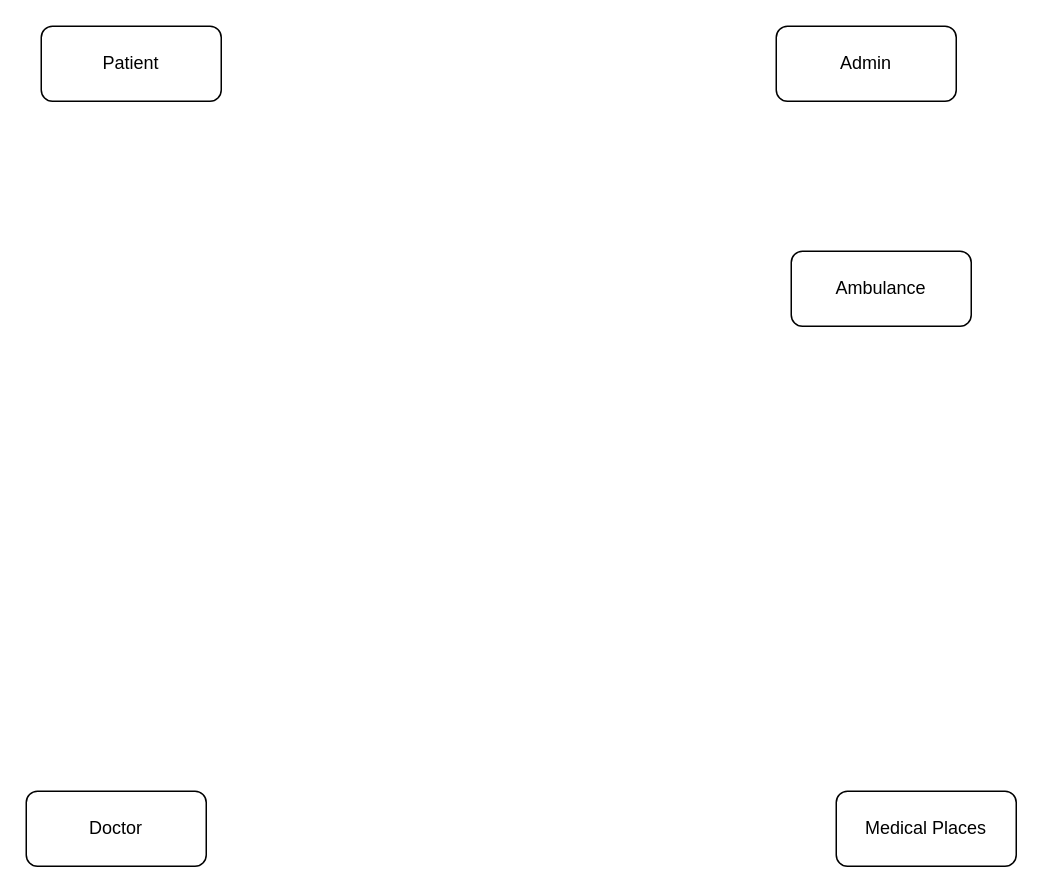
The draw.io diagram ERD.drawio in abdelrahmanbonna/Healthy_Shield_Analysis, before the edit. Source tidied: cells renumbered, new cells numbered last; positions are measured from the earlier drawing's top-left corner, leaving out a move shared by most shapes. Both pictures are drawn from the tidied source at 150%, with x=0, y=0 at pixel (26, 26).
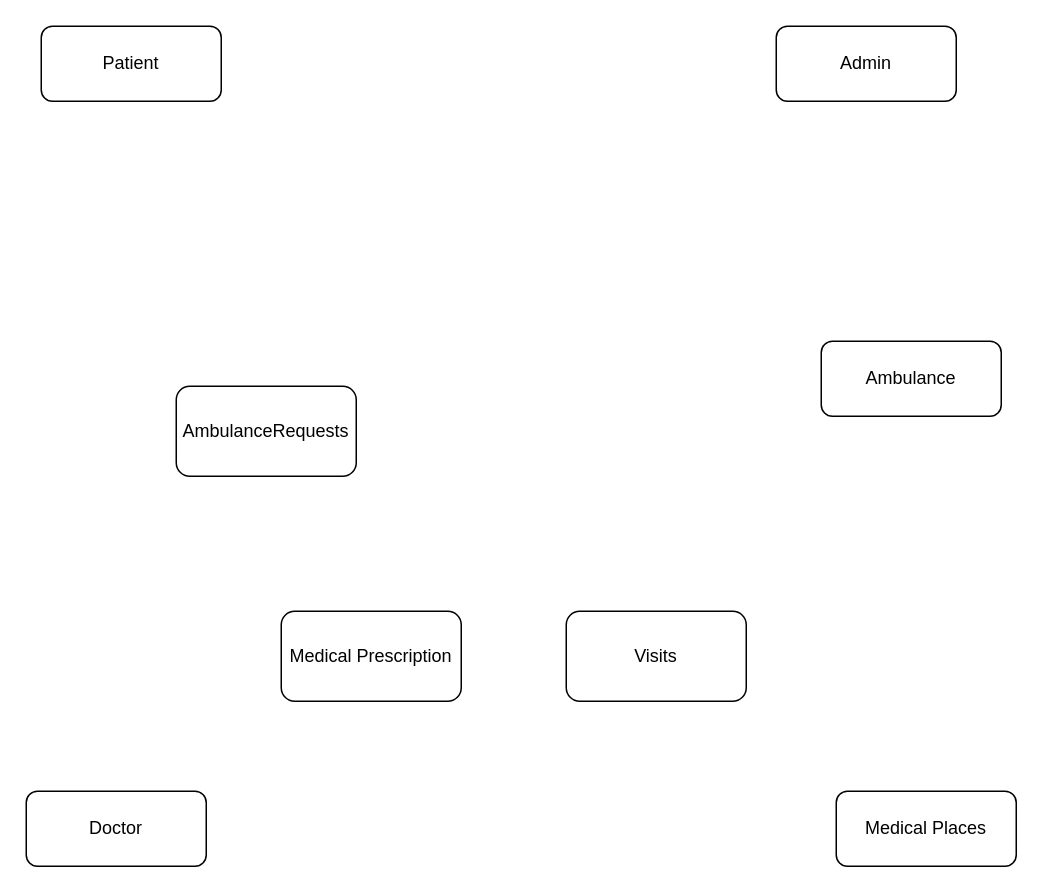
The same page after the edit.

What changed in the source:
```diff
@@
 <mxGraphModel>
   <root>
     <mxCell id="0" />
     <mxCell id="1" parent="0" />
     <mxCell id="2" value="Patient" style="rounded=1;whiteSpace=wrap;html=1;" parent="1" vertex="1">
       <mxGeometry x="10" width="120" height="50" as="geometry" />
     </mxCell>
     <mxCell id="3" value="Admin" style="rounded=1;whiteSpace=wrap;html=1;" parent="1" vertex="1">
       <mxGeometry x="500" width="120" height="50" as="geometry" />
     </mxCell>
     <mxCell id="4" value="Ambulance" style="rounded=1;whiteSpace=wrap;html=1;" parent="1" vertex="1">
-      <mxGeometry x="510" y="150" width="120" height="50" as="geometry" />
+      <mxGeometry x="530" y="210" width="120" height="50" as="geometry" />
     </mxCell>
     <mxCell id="5" value="Doctor" style="rounded=1;whiteSpace=wrap;html=1;" parent="1" vertex="1">
       <mxGeometry y="510" width="120" height="50" as="geometry" />
     </mxCell>
     <mxCell id="6" value="Medical Places" style="rounded=1;whiteSpace=wrap;html=1;" parent="1" vertex="1">
       <mxGeometry x="540" y="510" width="120" height="50" as="geometry" />
     </mxCell>
+    <mxCell id="7" value="AmbulanceRequests" style="rounded=1;whiteSpace=wrap;html=1;" parent="1" vertex="1">
+      <mxGeometry x="100" y="240" width="120" height="60" as="geometry" />
+    </mxCell>
+    <mxCell id="8" value="Visits" style="rounded=1;whiteSpace=wrap;html=1;" parent="1" vertex="1">
+      <mxGeometry x="360" y="390" width="120" height="60" as="geometry" />
+    </mxCell>
+    <mxCell id="9" value="Medical Prescription" style="rounded=1;whiteSpace=wrap;html=1;" parent="1" vertex="1">
+      <mxGeometry x="170" y="390" width="120" height="60" as="geometry" />
+    </mxCell>
   </root>
 </mxGraphModel>
```
